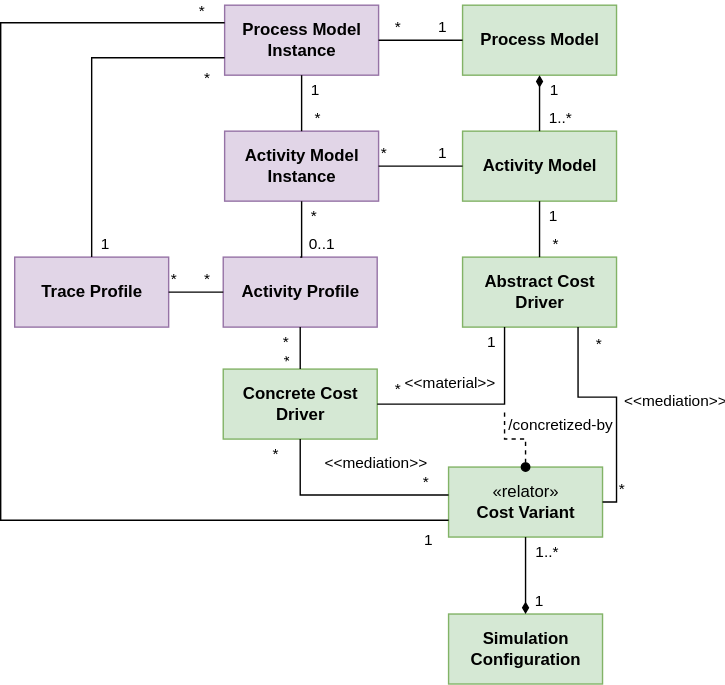
This is metamodel.svg from fyndalf/master-thesis, a draw.io export, as it was before one commit. Source tidied: cells renumbered, new cells last; positions are measured from the earlier drawing's top-left corner, leaving out a move shared by most shapes.
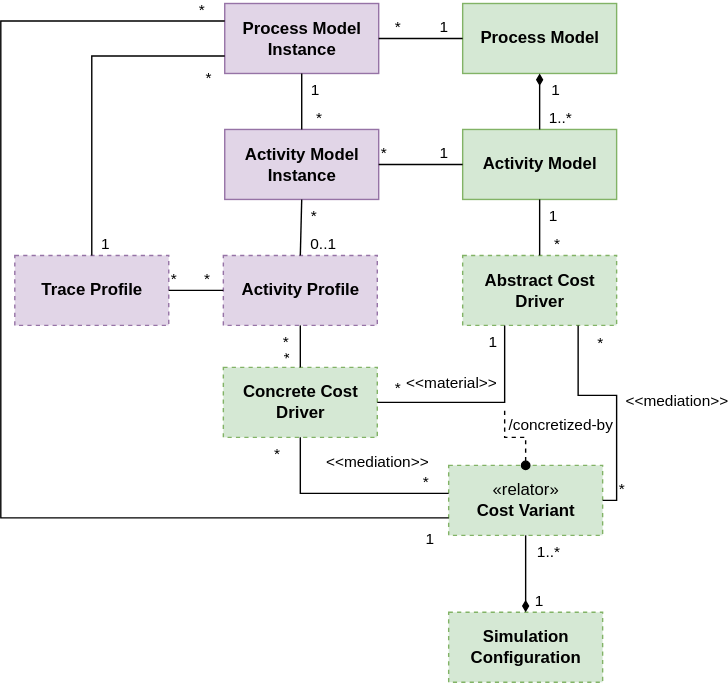
The same file after the commit.

What changed in the source:
```diff
@@ -14,22 +14,22 @@
     <mxCell id="5" value="&lt;div&gt;&lt;span&gt;Process Model&lt;/span&gt;&lt;/div&gt;&lt;div&gt;&lt;span&gt;Instance&lt;/span&gt;&lt;/div&gt;" style="html=1;fontStyle=1;fillColor=#e1d5e7;strokeColor=#9673a6;" parent="1" vertex="1">
       <mxGeometry x="160" width="110" height="50" as="geometry" />
     </mxCell>
-    <mxCell id="6" value="Abstract Cost&lt;br&gt;Driver" style="html=1;fontStyle=1;fillColor=#d5e8d4;strokeColor=#82b366;" parent="1" vertex="1">
+    <mxCell id="6" value="Abstract Cost&lt;br&gt;Driver" style="html=1;fontStyle=1;fillColor=#d5e8d4;strokeColor=#82b366;dashed=1;" parent="1" vertex="1">
       <mxGeometry x="330" y="180" width="110" height="50" as="geometry" />
     </mxCell>
-    <mxCell id="7" value="Activity Profile" style="html=1;fontStyle=1;fillColor=#e1d5e7;strokeColor=#9673a6;" parent="1" vertex="1">
+    <mxCell id="7" value="Activity Profile" style="html=1;fontStyle=1;fillColor=#e1d5e7;strokeColor=#9673a6;dashed=1;" parent="1" vertex="1">
       <mxGeometry x="159" y="180" width="110" height="50" as="geometry" />
     </mxCell>
-    <mxCell id="8" value="&lt;span style=&quot;font-weight: normal&quot;&gt;«relator»&lt;/span&gt;&lt;span&gt;&lt;br&gt;Cost Variant&lt;/span&gt;&lt;br&gt;&lt;span&gt;&lt;/span&gt;" style="html=1;fontStyle=1;fillColor=#d5e8d4;strokeColor=#82b366;" parent="1" vertex="1">
+    <mxCell id="8" value="&lt;span style=&quot;font-weight: normal&quot;&gt;«relator»&lt;/span&gt;&lt;span&gt;&lt;br&gt;Cost Variant&lt;/span&gt;&lt;br&gt;&lt;span&gt;&lt;/span&gt;" style="html=1;fontStyle=1;fillColor=#d5e8d4;strokeColor=#82b366;dashed=1;" parent="1" vertex="1">
       <mxGeometry x="320" y="330" width="110" height="50" as="geometry" />
     </mxCell>
-    <mxCell id="9" value="Concrete Cost&lt;br&gt;Driver" style="html=1;fontStyle=1;fillColor=#d5e8d4;strokeColor=#82b366;" parent="1" vertex="1">
+    <mxCell id="9" value="Concrete Cost&lt;br&gt;Driver" style="html=1;fontStyle=1;fillColor=#d5e8d4;strokeColor=#82b366;dashed=1;" parent="1" vertex="1">
       <mxGeometry x="159" y="260" width="110" height="50" as="geometry" />
     </mxCell>
-    <mxCell id="10" value="Simulation&lt;br&gt;Configuration" style="html=1;fontStyle=1;fillColor=#d5e8d4;strokeColor=#82b366;" parent="1" vertex="1">
+    <mxCell id="10" value="Simulation&lt;br&gt;Configuration" style="html=1;fontStyle=1;fillColor=#d5e8d4;strokeColor=#82b366;dashed=1;" parent="1" vertex="1">
       <mxGeometry x="320" y="435" width="110" height="50" as="geometry" />
     </mxCell>
-    <mxCell id="11" value="Trace Profile" style="html=1;fontStyle=1;fillColor=#e1d5e7;strokeColor=#9673a6;" parent="1" vertex="1">
+    <mxCell id="11" value="Trace Profile" style="html=1;fontStyle=1;fillColor=#e1d5e7;strokeColor=#9673a6;dashed=1;" parent="1" vertex="1">
       <mxGeometry x="10" y="180" width="110" height="50" as="geometry" />
     </mxCell>
     <mxCell id="12" style="endArrow=none;html=1;edgeStyle=orthogonalEdgeStyle;rounded=0;exitX=1;exitY=0.5;exitDx=0;exitDy=0;" parent="1" edge="1" source="9" target="6">
```
